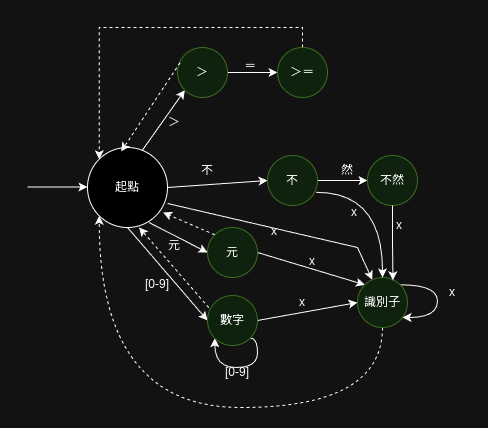
Before: book/image/零・二版分詞狀態機.png, a diagram exported from draw.io (MROS/compiler_tutorial). Source tidied: cells renumbered, new cells last; positions are measured from the earlier drawing's top-left corner, leaving out a move shared by most shapes.
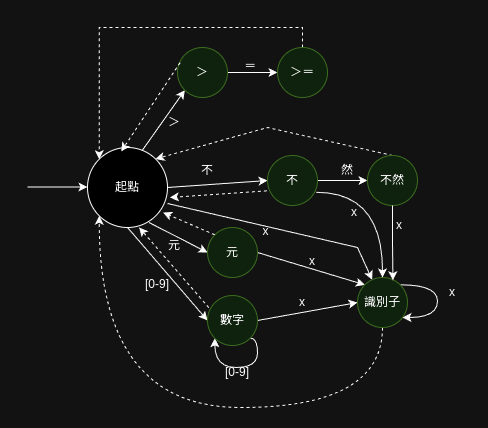
The same diagram one commit later.

What changed in the source:
```diff
@@ -96,7 +96,7 @@
       <mxGeometry x="270" y="199" width="30" height="30" as="geometry" />
     </mxCell>
     <mxCell id="25" value="x" style="text;html=1;align=center;verticalAlign=middle;whiteSpace=wrap;rounded=0;" parent="1" vertex="1">
-      <mxGeometry x="217" y="169" width="60" height="30" as="geometry" />
+      <mxGeometry x="217" y="169" width="43" height="30" as="geometry" />
     </mxCell>
     <mxCell id="26" style="edgeStyle=orthogonalEdgeStyle;rounded=0;jettySize=auto;html=1;exitX=1;exitY=0.5;exitDx=0;exitDy=0;entryX=0;entryY=0.5;entryDx=0;entryDy=0;" parent="1" edge="1" source="27" target="29">
       <mxGeometry relative="1" as="geometry" />
@@ -128,6 +128,13 @@
     <mxCell id="35" value="不" style="ellipse;whiteSpace=wrap;html=1;fillColor=#d5e8d4;strokeColor=#82b366;" parent="1" vertex="1">
       <mxGeometry x="240" y="108" width="50" height="50" as="geometry" />
     </mxCell>
+    <mxCell id="42" style="edgeStyle=none;rounded=0;jettySize=auto;html=1;exitX=0.5;exitY=0;exitDx=0;exitDy=0;entryX=1;entryY=0;entryDx=0;entryDy=0;dashed=1;" parent="1" edge="1" source="36" target="7">
+      <mxGeometry relative="1" as="geometry">
+        <Array as="points">
+          <mxPoint x="240" y="80" />
+        </Array>
+      </mxGeometry>
+    </mxCell>
     <mxCell id="36" value="不然" style="ellipse;whiteSpace=wrap;html=1;fillColor=#d5e8d4;strokeColor=#82b366;" parent="1" vertex="1">
       <mxGeometry x="340" y="108" width="50" height="50" as="geometry" />
     </mxCell>
@@ -146,5 +153,8 @@
     <mxCell id="41" value="x" style="text;html=1;align=center;verticalAlign=middle;whiteSpace=wrap;rounded=0;" parent="1" vertex="1">
       <mxGeometry x="312" y="150" width="30" height="30" as="geometry" />
     </mxCell>
+    <mxCell id="43" style="rounded=0;jettySize=auto;html=1;exitX=-0.013;exitY=0.707;exitDx=0;exitDy=0;entryX=1.029;entryY=0.625;entryDx=0;entryDy=0;entryPerimeter=0;exitPerimeter=0;dashed=1;" parent="1" edge="1" source="35" target="7">
+      <mxGeometry relative="1" as="geometry" />
+    </mxCell>
   </root>
 </mxGraphModel>
```
